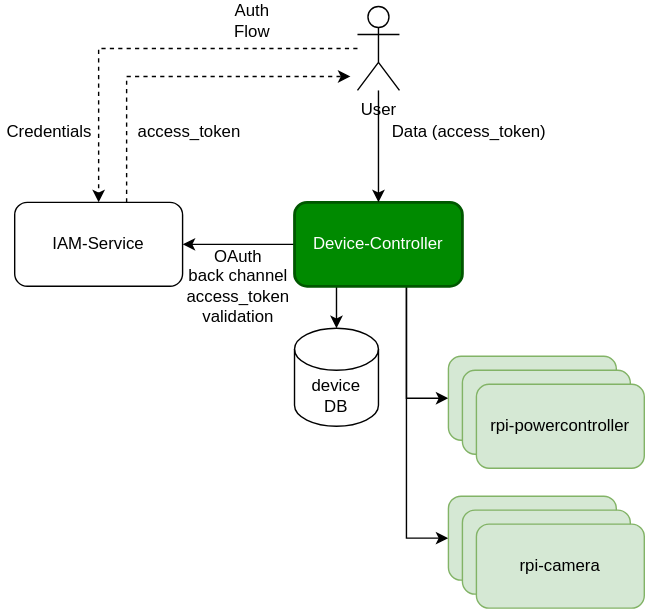
jveverka/rpi-projects keeps this draw.io diagram as device-controller/docs/device-controller.svg. Above is the earlier version. Source tidied: cells renumbered, new cells last; positions are measured from the earlier drawing's top-left corner, leaving out a move shared by most shapes.
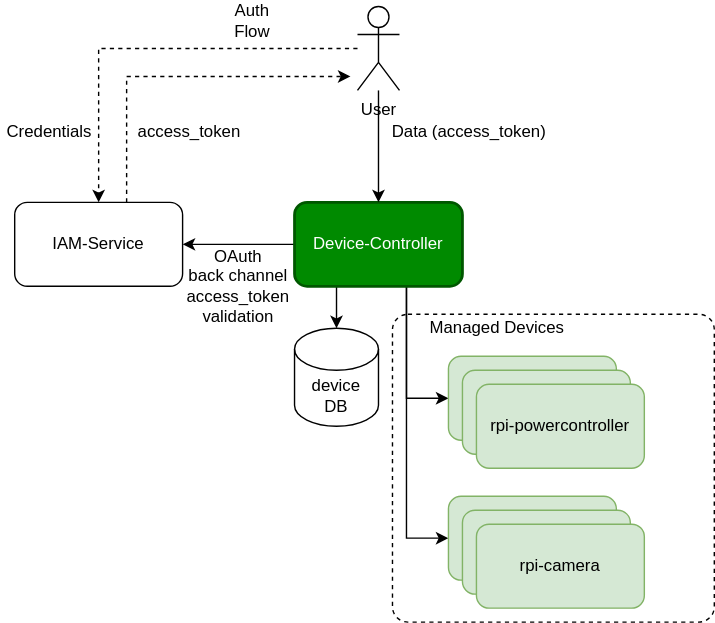
The same file after the commit.

Diff of the diagram source:
```diff
@@ -2,6 +2,9 @@
   <root>
     <mxCell id="0" />
     <mxCell id="1" parent="0" />
+    <mxCell id="24" style="rounded=1;whiteSpace=wrap;html=1;arcSize=5;dashed=1;" parent="1" vertex="1">
+      <mxGeometry x="280" y="220" width="230" height="220" as="geometry" />
+    </mxCell>
     <mxCell id="2" style="edgeStyle=orthogonalEdgeStyle;rounded=0;jettySize=auto;html=1;" parent="1" edge="1" source="6" target="8">
       <mxGeometry relative="1" as="geometry" />
     </mxCell>
@@ -38,7 +41,7 @@
         </Array>
       </mxGeometry>
     </mxCell>
-    <mxCell id="8" value="IAM-Service" style="rounded=1;whiteSpace=wrap;html=1;" parent="1" vertex="1">
+    <mxCell id="8" value="&lt;a href=&quot;https://github.com/jveverka/iam-service&quot;&gt;IAM-Service&lt;/a&gt;" style="rounded=1;whiteSpace=wrap;html=1;" parent="1" vertex="1">
       <mxGeometry x="10" y="140" width="120" height="60" as="geometry" />
     </mxCell>
     <mxCell id="9" value="OAuth&lt;br&gt;back channel&lt;br&gt;access_token&lt;br&gt;validation" style="text;html=1;strokeColor=none;fillColor=none;align=center;verticalAlign=middle;whiteSpace=wrap;rounded=0;" parent="1" vertex="1">
@@ -86,5 +89,8 @@
     <mxCell id="23" value="access_token" style="text;html=1;strokeColor=none;fillColor=none;align=center;verticalAlign=middle;whiteSpace=wrap;rounded=0;" parent="1" vertex="1">
       <mxGeometry x="100" y="80" width="70" height="20" as="geometry" />
     </mxCell>
+    <mxCell id="25" value="Managed Devices" style="text;html=1;strokeColor=none;fillColor=none;align=center;verticalAlign=middle;whiteSpace=wrap;rounded=0;dashed=1;" parent="1" vertex="1">
+      <mxGeometry x="300" y="220" width="110" height="20" as="geometry" />
+    </mxCell>
   </root>
 </mxGraphModel>
```
